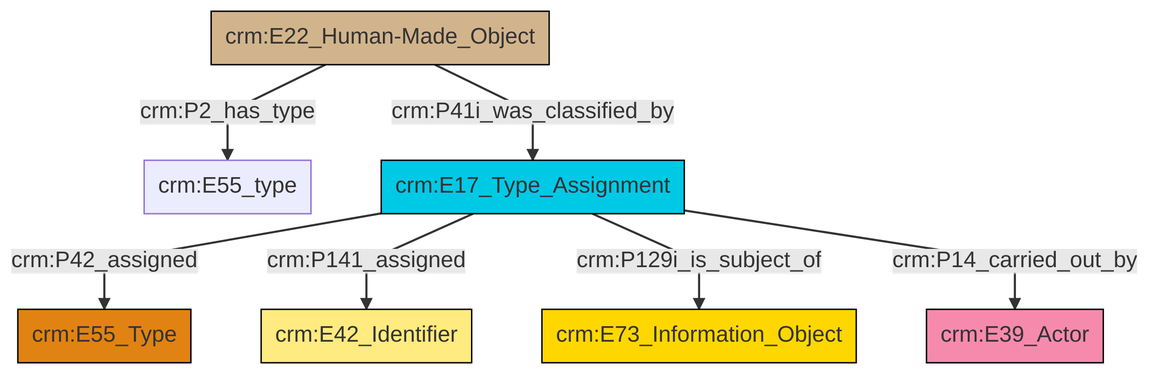
Before: et/builtWorkCSV/ttl/mmd/png/Built_Work_designation_status.png, a diagram exported from Mermaid (swiss-art-research-net/reference-data-models). Its source is kept beside it as et/builtWorkCSV/ttl/mmd/Built_Work_designation_status.ttl.mmd.
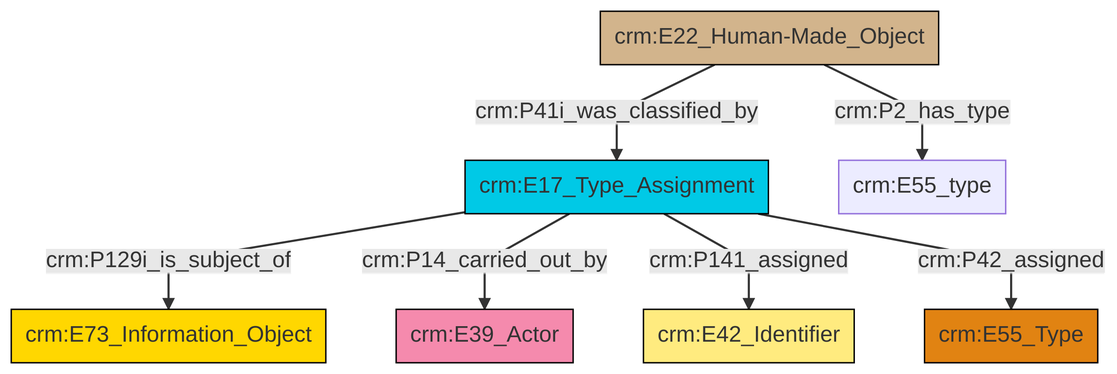
Above is the later version.

Diff of the diagram source:
```diff
@@ -13,9 +13,9 @@
 classDef PC_Classes fill:#4ce600, stroke:#000000;
 classDef Multi fill:#cccccc,stroke:#000000;
 
-2["crm:E17_Type_Assignment"]:::Temporal_Entity -->|crm:P42_assigned| 3["crm:E55_Type"]:::Type
-4["crm:E22_Human-Made_Object"]:::Physical_Thing -->|crm:P2_has_type| 0["crm:E55_type"]:::Default
-2["crm:E17_Type_Assignment"]:::Temporal_Entity -->|crm:P141_assigned| 7["crm:E42_Identifier"]:::Appellation
-2["crm:E17_Type_Assignment"]:::Temporal_Entity -->|crm:P129i_is_subject_of| 8["crm:E73_Information_Object"]:::Conceptual_Object
-2["crm:E17_Type_Assignment"]:::Temporal_Entity -->|crm:P14_carried_out_by| 5["crm:E39_Actor"]:::Actor
-4["crm:E22_Human-Made_Object"]:::Physical_Thing -->|crm:P41i_was_classified_by| 2["crm:E17_Type_Assignment"]:::Temporal_Entity
+2["crm:E22_Human-Made_Object"]:::Physical_Thing -->|crm:P2_has_type| 3["crm:E55_type"]:::Default
+0["crm:E17_Type_Assignment"]:::Temporal_Entity -->|crm:P129i_is_subject_of| 4["crm:E73_Information_Object"]:::Conceptual_Object
+0["crm:E17_Type_Assignment"]:::Temporal_Entity -->|crm:P14_carried_out_by| 5["crm:E39_Actor"]:::Actor
+0["crm:E17_Type_Assignment"]:::Temporal_Entity -->|crm:P141_assigned| 8["crm:E42_Identifier"]:::Appellation
+2["crm:E22_Human-Made_Object"]:::Physical_Thing -->|crm:P41i_was_classified_by| 0["crm:E17_Type_Assignment"]:::Temporal_Entity
+0["crm:E17_Type_Assignment"]:::Temporal_Entity -->|crm:P42_assigned| 6["crm:E55_Type"]:::Type
```
